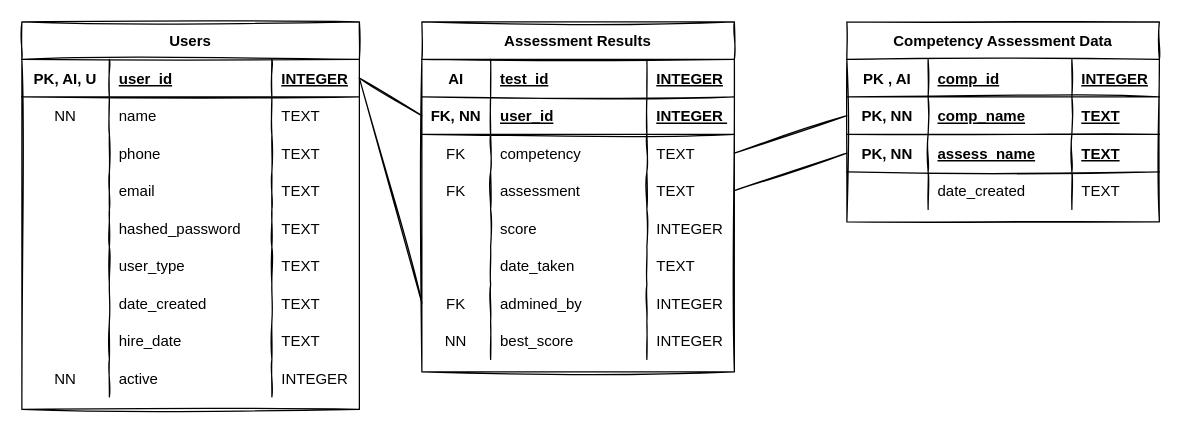
This is ERD.drawio from Jamesh431/Cohort4-capstone-foundations, a draw.io file, before an edit. Source tidied: cells renumbered, new cells numbered last; positions are measured from the earlier drawing's top-left corner, leaving out a move shared by most shapes. Both pictures are drawn from the tidied source at 125%, with x=0, y=0 at pixel (21, 21).
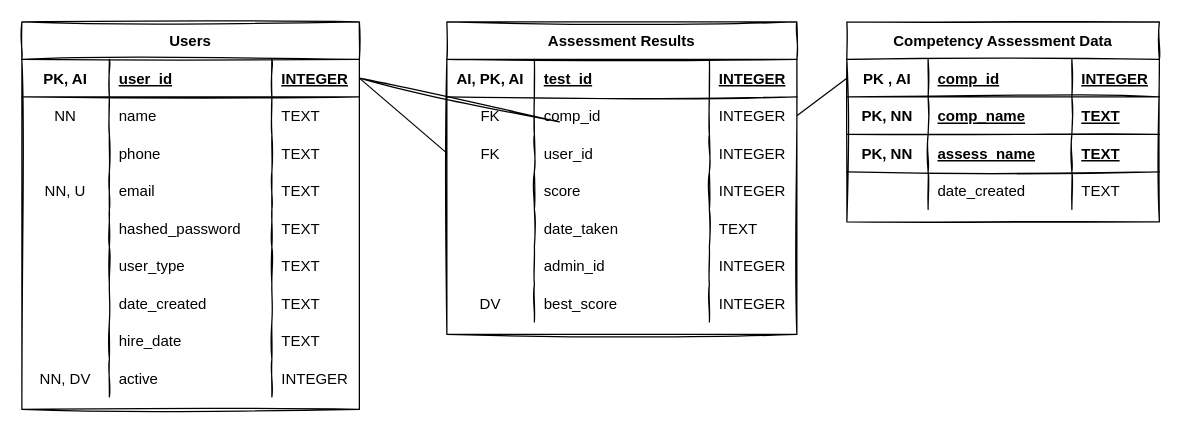
The same diagram, later.

Commit message (it also covers changes not shown here):
modified:   ERD.drawio 	new file:   Pipfile 	new file:   READ ME.txt 	modified:   main.py

The change refers to these unchanged cells:
```xml
<mxCell id="3" style="shape=partialRectangle;fillColor=none;top=0;left=0;bottom=1;right=0;points=[[0,0.5],[1,0.5]];portConstraint=eastwest;rounded=0;sketch=1;" parent="2" vertex="1">
  <mxGeometry y="30" width="270" height="30" as="geometry" />
</mxCell>
<mxCell id="15" style="shape=partialRectangle;fillColor=none;top=0;left=0;bottom=0;right=0;rounded=0;sketch=1;" parent="2" vertex="1">
  <mxGeometry y="120" width="270" height="30" as="geometry" />
</mxCell>
<mxCell id="35" style="shape=partialRectangle;fillColor=none;top=0;left=0;bottom=0;right=0;rounded=0;sketch=1;" parent="2" vertex="1">
  <mxGeometry y="270" width="270" height="30" as="geometry" />
</mxCell>
<mxCell id="40" style="shape=partialRectangle;fillColor=none;top=0;left=0;bottom=1;right=0;points=[[0,0.5],[1,0.5]];portConstraint=eastwest;rounded=0;sketch=1;" parent="39" vertex="1">
  <mxGeometry y="30" width="250" height="30" as="geometry" />
</mxCell>
<mxCell id="44" style="shape=partialRectangle;fillColor=none;top=0;left=0;bottom=1;right=0;points=[[0,0.5],[1,0.5]];portConstraint=eastwest;rounded=0;sketch=1;" parent="39" vertex="1">
  <mxGeometry y="60" width="250" height="30" as="geometry" />
</mxCell>
<mxCell id="48" style="shape=partialRectangle;fillColor=none;top=0;left=0;bottom=1;right=0;points=[[0,0.5],[1,0.5]];portConstraint=eastwest;rounded=0;sketch=1;" parent="39" vertex="1">
  <mxGeometry y="90" width="250" height="30" as="geometry" />
</mxCell>
```

The edit, as a diff of the source:
```diff
@@
-    <mxCell id="4" value="PK, AI, U" style="shape=partialRectangle;fillColor=none;top=0;left=0;bottom=0;right=0;fontStyle=1;overflow=hidden;rounded=0;sketch=1;" parent="3" vertex="1">
+    <mxCell id="4" value="PK, AI" style="shape=partialRectangle;fillColor=none;top=0;left=0;bottom=0;right=0;fontStyle=1;overflow=hidden;rounded=0;sketch=1;" parent="3" vertex="1">
       <mxGeometry width="70" height="30" as="geometry" />
     </mxCell>
@@
-    <mxCell id="16" style="shape=partialRectangle;fillColor=none;top=0;left=0;bottom=0;right=0;overflow=hidden;rounded=0;sketch=1;" parent="15" vertex="1">
+    <mxCell id="16" value="NN, U" style="shape=partialRectangle;fillColor=none;top=0;left=0;bottom=0;right=0;overflow=hidden;rounded=0;sketch=1;" parent="15" vertex="1">
       <mxGeometry width="70" height="30" as="geometry" />
     </mxCell>
@@
-    <mxCell id="36" value="NN" style="shape=partialRectangle;fillColor=none;top=0;left=0;bottom=0;right=0;overflow=hidden;rounded=0;sketch=1;" parent="35" vertex="1">
+    <mxCell id="36" value="NN, DV" style="shape=partialRectangle;fillColor=none;top=0;left=0;bottom=0;right=0;overflow=hidden;rounded=0;sketch=1;" parent="35" vertex="1">
       <mxGeometry width="70" height="30" as="geometry" />
     </mxCell>
@@
     <mxCell id="56" value="Assessment Results" style="shape=table;startSize=30;childLayout=tableLayout;rowLines=0;fontStyle=1;align=center;rounded=0;sketch=1;" parent="1" vertex="1">
-      <mxGeometry x="320" width="250" height="280" as="geometry" />
+      <mxGeometry x="340" width="280" height="250" as="geometry" />
     </mxCell>
     <mxCell id="57" style="shape=partialRectangle;fillColor=none;top=0;left=0;bottom=1;right=0;rounded=0;sketch=1;" parent="56" vertex="1">
-      <mxGeometry y="30" width="250" height="30" as="geometry" />
+      <mxGeometry y="30" width="280" height="30" as="geometry" />
     </mxCell>
-    <mxCell id="58" value="AI" style="shape=partialRectangle;fillColor=none;top=0;left=0;bottom=0;right=0;fontStyle=1;overflow=hidden;rounded=0;sketch=1;" parent="57" vertex="1">
-      <mxGeometry width="55" height="30" as="geometry" />
+    <mxCell id="58" value="AI, PK, AI" style="shape=partialRectangle;fillColor=none;top=0;left=0;bottom=0;right=0;fontStyle=1;overflow=hidden;rounded=0;sketch=1;" parent="57" vertex="1">
+      <mxGeometry width="70" height="30" as="geometry" />
     </mxCell>
     <mxCell id="59" value="test_id" style="shape=partialRectangle;fillColor=none;top=0;left=0;bottom=0;right=0;align=left;spacingLeft=6;fontStyle=5;overflow=hidden;rounded=0;sketch=1;" parent="57" vertex="1">
-      <mxGeometry x="55" width="125" height="30" as="geometry" />
+      <mxGeometry x="70" width="140" height="30" as="geometry" />
     </mxCell>
     <mxCell id="60" value="INTEGER" style="shape=partialRectangle;fillColor=none;top=0;left=0;bottom=0;right=0;align=left;spacingLeft=6;fontStyle=5;overflow=hidden;rounded=0;sketch=1;" parent="57" vertex="1">
-      <mxGeometry x="180" width="70" height="30" as="geometry" />
+      <mxGeometry x="210" width="70" height="30" as="geometry" />
     </mxCell>
-    <mxCell id="61" style="shape=partialRectangle;fillColor=none;top=0;left=0;bottom=1;right=0;points=[[0,0.5],[1,0.5]];portConstraint=eastwest;rounded=0;sketch=1;" parent="56" vertex="1">
-      <mxGeometry y="60" width="250" height="30" as="geometry" />
-    </mxCell>
-    <mxCell id="62" value="FK, NN" style="shape=partialRectangle;fillColor=none;top=0;left=0;bottom=0;right=0;fontStyle=1;overflow=hidden;rounded=0;sketch=1;" parent="61" vertex="1">
-      <mxGeometry width="55" height="30" as="geometry" />
-    </mxCell>
-    <mxCell id="63" value="user_id" style="shape=partialRectangle;fillColor=none;top=0;left=0;bottom=0;right=0;align=left;spacingLeft=6;fontStyle=5;overflow=hidden;rounded=0;sketch=1;" parent="61" vertex="1">
-      <mxGeometry x="55" width="125" height="30" as="geometry" />
-    </mxCell>
-    <mxCell id="64" value="INTEGER " style="shape=partialRectangle;fillColor=none;top=0;left=0;bottom=0;right=0;align=left;spacingLeft=6;fontStyle=5;overflow=hidden;rounded=0;sketch=1;" parent="61" vertex="1">
-      <mxGeometry x="180" width="70" height="30" as="geometry" />
-    </mxCell>
     <mxCell id="65" style="shape=partialRectangle;fillColor=none;top=0;left=0;bottom=0;right=0;points=[[0,0.5],[1,0.5]];portConstraint=eastwest;rounded=0;sketch=1;" parent="56" vertex="1">
-      <mxGeometry y="90" width="250" height="30" as="geometry" />
+      <mxGeometry y="60" width="280" height="30" as="geometry" />
     </mxCell>
     <mxCell id="66" value="FK" style="shape=partialRectangle;fillColor=none;top=0;left=0;bottom=0;right=0;overflow=hidden;rounded=0;sketch=1;" parent="65" vertex="1">
-      <mxGeometry width="55" height="30" as="geometry" />
+      <mxGeometry width="70" height="30" as="geometry" />
     </mxCell>
-    <mxCell id="67" value="competency" style="shape=partialRectangle;fillColor=none;top=0;left=0;bottom=0;right=0;align=left;spacingLeft=6;overflow=hidden;rounded=0;sketch=1;" parent="65" vertex="1">
-      <mxGeometry x="55" width="125" height="30" as="geometry" />
+    <mxCell id="67" value="comp_id" style="shape=partialRectangle;fillColor=none;top=0;left=0;bottom=0;right=0;align=left;spacingLeft=6;overflow=hidden;rounded=0;sketch=1;" parent="65" vertex="1">
+      <mxGeometry x="70" width="140" height="30" as="geometry" />
     </mxCell>
-    <mxCell id="68" value="TEXT" style="shape=partialRectangle;fillColor=none;top=0;left=0;bottom=0;right=0;align=left;spacingLeft=6;overflow=hidden;rounded=0;sketch=1;" parent="65" vertex="1">
-      <mxGeometry x="180" width="70" height="30" as="geometry" />
+    <mxCell id="68" value="INTEGER" style="shape=partialRectangle;fillColor=none;top=0;left=0;bottom=0;right=0;align=left;spacingLeft=6;overflow=hidden;rounded=0;sketch=1;" parent="65" vertex="1">
+      <mxGeometry x="210" width="70" height="30" as="geometry" />
     </mxCell>
-    <mxCell id="69" style="shape=partialRectangle;fillColor=none;top=0;left=0;bottom=0;right=0;points=[[0,0.5],[1,0.5]];portConstraint=eastwest;rounded=0;sketch=1;" parent="56" vertex="1">
-      <mxGeometry y="120" width="250" height="30" as="geometry" />
-    </mxCell>
-    <mxCell id="70" value="FK" style="shape=partialRectangle;fillColor=none;top=0;left=0;bottom=0;right=0;overflow=hidden;rounded=0;sketch=1;" parent="69" vertex="1">
-      <mxGeometry width="55" height="30" as="geometry" />
-    </mxCell>
-    <mxCell id="71" value="assessment" style="shape=partialRectangle;fillColor=none;top=0;left=0;bottom=0;right=0;align=left;spacingLeft=6;overflow=hidden;rounded=0;sketch=1;" parent="69" vertex="1">
-      <mxGeometry x="55" width="125" height="30" as="geometry" />
-    </mxCell>
-    <mxCell id="72" value="TEXT" style="shape=partialRectangle;fillColor=none;top=0;left=0;bottom=0;right=0;align=left;spacingLeft=6;overflow=hidden;rounded=0;sketch=1;" parent="69" vertex="1">
-      <mxGeometry x="180" width="70" height="30" as="geometry" />
-    </mxCell>
     <mxCell id="73" style="shape=partialRectangle;fillColor=none;top=0;left=0;bottom=0;right=0;points=[[0,0.5],[1,0.5]];portConstraint=eastwest;rounded=0;sketch=1;" parent="56" vertex="1">
-      <mxGeometry y="150" width="250" height="30" as="geometry" />
+      <mxGeometry y="90" width="280" height="30" as="geometry" />
     </mxCell>
-    <mxCell id="74" style="shape=partialRectangle;fillColor=none;top=0;left=0;bottom=0;right=0;overflow=hidden;rounded=0;sketch=1;" parent="73" vertex="1">
-      <mxGeometry width="55" height="30" as="geometry" />
+    <mxCell id="74" value="FK" style="shape=partialRectangle;fillColor=none;top=0;left=0;bottom=0;right=0;overflow=hidden;rounded=0;sketch=1;" parent="73" vertex="1">
+      <mxGeometry width="70" height="30" as="geometry" />
     </mxCell>
-    <mxCell id="75" value="score" style="shape=partialRectangle;fillColor=none;top=0;left=0;bottom=0;right=0;align=left;spacingLeft=6;overflow=hidden;rounded=0;sketch=1;" parent="73" vertex="1">
-      <mxGeometry x="55" width="125" height="30" as="geometry" />
+    <mxCell id="75" value="user_id" style="shape=partialRectangle;fillColor=none;top=0;left=0;bottom=0;right=0;align=left;spacingLeft=6;overflow=hidden;rounded=0;sketch=1;" parent="73" vertex="1">
+      <mxGeometry x="70" width="140" height="30" as="geometry" />
     </mxCell>
     <mxCell id="76" value="INTEGER" style="shape=partialRectangle;fillColor=none;top=0;left=0;bottom=0;right=0;align=left;spacingLeft=6;overflow=hidden;rounded=0;sketch=1;" parent="73" vertex="1">
-      <mxGeometry x="180" width="70" height="30" as="geometry" />
+      <mxGeometry x="210" width="70" height="30" as="geometry" />
     </mxCell>
-    <mxCell id="77" style="shape=partialRectangle;fillColor=none;top=0;left=0;bottom=0;right=0;rounded=0;sketch=1;" parent="56" vertex="1">
-      <mxGeometry y="180" width="250" height="30" as="geometry" />
-    </mxCell>
-    <mxCell id="78" style="shape=partialRectangle;fillColor=none;top=0;left=0;bottom=0;right=0;overflow=hidden;rounded=0;sketch=1;" parent="77" vertex="1">
-      <mxGeometry width="55" height="30" as="geometry" />
-    </mxCell>
+    <mxCell id="93" style="shape=partialRectangle;fillColor=none;top=0;left=0;bottom=0;right=0;rounded=0;sketch=1;" parent="56" vertex="1">
+      <mxGeometry y="120" width="280" height="30" as="geometry" />
+    </mxCell>
+    <mxCell id="94" style="shape=partialRectangle;fillColor=none;top=0;left=0;bottom=0;right=0;overflow=hidden;rounded=0;sketch=1;" parent="93" vertex="1">
+      <mxGeometry width="70" height="30" as="geometry" />
+    </mxCell>
+    <mxCell id="95" value="score" style="shape=partialRectangle;fillColor=none;top=0;left=0;bottom=0;right=0;align=left;spacingLeft=6;overflow=hidden;rounded=0;sketch=1;" parent="93" vertex="1">
+      <mxGeometry x="70" width="140" height="30" as="geometry" />
+    </mxCell>
+    <mxCell id="96" value="INTEGER" style="shape=partialRectangle;fillColor=none;top=0;left=0;bottom=0;right=0;align=left;spacingLeft=6;overflow=hidden;rounded=0;sketch=1;" parent="93" vertex="1">
+      <mxGeometry x="210" width="70" height="30" as="geometry" />
+    </mxCell>
+    <mxCell id="97" style="shape=partialRectangle;fillColor=none;top=0;left=0;bottom=0;right=0;rounded=0;sketch=1;" parent="56" vertex="1">
+      <mxGeometry y="150" width="280" height="30" as="geometry" />
+    </mxCell>
+    <mxCell id="98" style="shape=partialRectangle;fillColor=none;top=0;left=0;bottom=0;right=0;overflow=hidden;rounded=0;sketch=1;" parent="97" vertex="1">
+      <mxGeometry width="70" height="30" as="geometry" />
+    </mxCell>
-    <mxCell id="79" value="date_taken" style="shape=partialRectangle;fillColor=none;top=0;left=0;bottom=0;right=0;align=left;spacingLeft=6;overflow=hidden;rounded=0;sketch=1;" parent="77" vertex="1">
-      <mxGeometry x="55" width="125" height="30" as="geometry" />
+    <mxCell id="79" value="date_taken" style="shape=partialRectangle;fillColor=none;top=0;left=0;bottom=0;right=0;align=left;spacingLeft=6;overflow=hidden;rounded=0;sketch=1;" parent="97" vertex="1">
+      <mxGeometry x="70" width="140" height="30" as="geometry" />
     </mxCell>
-    <mxCell id="80" value="TEXT" style="shape=partialRectangle;fillColor=none;top=0;left=0;bottom=0;right=0;align=left;spacingLeft=6;overflow=hidden;rounded=0;sketch=1;" parent="77" vertex="1">
-      <mxGeometry x="180" width="70" height="30" as="geometry" />
-    </mxCell>
-    <mxCell id="81" style="shape=partialRectangle;fillColor=none;top=0;left=0;bottom=0;right=0;points=[[0,0.5],[1,0.5]];portConstraint=eastwest;rounded=0;sketch=1;" parent="56" vertex="1">
-      <mxGeometry y="210" width="250" height="30" as="geometry" />
-    </mxCell>
-    <mxCell id="82" value="FK" style="shape=partialRectangle;fillColor=none;top=0;left=0;bottom=0;right=0;overflow=hidden;rounded=0;sketch=1;" parent="81" vertex="1">
-      <mxGeometry width="55" height="30" as="geometry" />
-    </mxCell>
-    <mxCell id="83" value="admined_by" style="shape=partialRectangle;fillColor=none;top=0;left=0;bottom=0;right=0;align=left;spacingLeft=6;overflow=hidden;rounded=0;sketch=1;" parent="81" vertex="1">
-      <mxGeometry x="55" width="125" height="30" as="geometry" />
-    </mxCell>
-    <mxCell id="84" value="INTEGER" style="shape=partialRectangle;fillColor=none;top=0;left=0;bottom=0;right=0;align=left;spacingLeft=6;overflow=hidden;rounded=0;sketch=1;" parent="81" vertex="1">
-      <mxGeometry x="180" width="70" height="30" as="geometry" />
-    </mxCell>
-    <mxCell id="85" style="shape=partialRectangle;fillColor=none;top=0;left=0;bottom=0;right=0;rounded=0;sketch=1;" parent="56" vertex="1">
-      <mxGeometry y="240" width="250" height="30" as="geometry" />
-    </mxCell>
-    <mxCell id="86" value="NN" style="shape=partialRectangle;fillColor=none;top=0;left=0;bottom=0;right=0;overflow=hidden;rounded=0;sketch=1;" parent="85" vertex="1">
-      <mxGeometry width="55" height="30" as="geometry" />
-    </mxCell>
+    <mxCell id="99" value="TEXT" style="shape=partialRectangle;fillColor=none;top=0;left=0;bottom=0;right=0;align=left;spacingLeft=6;overflow=hidden;rounded=0;sketch=1;" parent="97" vertex="1">
+      <mxGeometry x="210" width="70" height="30" as="geometry" />
+    </mxCell>
+    <mxCell id="100" style="shape=partialRectangle;fillColor=none;top=0;left=0;bottom=0;right=0;rounded=0;sketch=1;" parent="56" vertex="1">
+      <mxGeometry y="180" width="280" height="30" as="geometry" />
+    </mxCell>
+    <mxCell id="101" style="shape=partialRectangle;fillColor=none;top=0;left=0;bottom=0;right=0;overflow=hidden;rounded=0;sketch=1;" parent="100" vertex="1">
+      <mxGeometry width="70" height="30" as="geometry" />
+    </mxCell>
+    <mxCell id="102" value="admin_id" style="shape=partialRectangle;fillColor=none;top=0;left=0;bottom=0;right=0;align=left;spacingLeft=6;overflow=hidden;rounded=0;sketch=1;" parent="100" vertex="1">
+      <mxGeometry x="70" width="140" height="30" as="geometry" />
+    </mxCell>
+    <mxCell id="103" value="INTEGER" style="shape=partialRectangle;fillColor=none;top=0;left=0;bottom=0;right=0;align=left;spacingLeft=6;overflow=hidden;rounded=0;sketch=1;" parent="100" vertex="1">
+      <mxGeometry x="210" width="70" height="30" as="geometry" />
+    </mxCell>
+    <mxCell id="104" style="shape=partialRectangle;fillColor=none;top=0;left=0;bottom=0;right=0;rounded=0;sketch=1;" parent="56" vertex="1">
+      <mxGeometry y="210" width="280" height="30" as="geometry" />
+    </mxCell>
+    <mxCell id="105" value="DV" style="shape=partialRectangle;fillColor=none;top=0;left=0;bottom=0;right=0;overflow=hidden;rounded=0;sketch=1;" parent="104" vertex="1">
+      <mxGeometry width="70" height="30" as="geometry" />
+    </mxCell>
-    <mxCell id="87" value="best_score" style="shape=partialRectangle;fillColor=none;top=0;left=0;bottom=0;right=0;align=left;spacingLeft=6;overflow=hidden;rounded=0;sketch=1;" parent="85" vertex="1">
-      <mxGeometry x="55" width="125" height="30" as="geometry" />
+    <mxCell id="87" value="best_score" style="shape=partialRectangle;fillColor=none;top=0;left=0;bottom=0;right=0;align=left;spacingLeft=6;overflow=hidden;rounded=0;sketch=1;" parent="104" vertex="1">
+      <mxGeometry x="70" width="140" height="30" as="geometry" />
     </mxCell>
-    <mxCell id="88" value="INTEGER" style="shape=partialRectangle;fillColor=none;top=0;left=0;bottom=0;right=0;align=left;spacingLeft=6;overflow=hidden;rounded=0;sketch=1;" parent="85" vertex="1">
-      <mxGeometry x="180" width="70" height="30" as="geometry" />
-    </mxCell>
+    <mxCell id="106" value="INTEGER" style="shape=partialRectangle;fillColor=none;top=0;left=0;bottom=0;right=0;align=left;spacingLeft=6;overflow=hidden;rounded=0;sketch=1;" parent="104" vertex="1">
+      <mxGeometry x="210" width="70" height="30" as="geometry" />
+    </mxCell>
-    <mxCell id="89" style="edgeStyle=none;html=1;exitX=1;exitY=0.5;exitDx=0;exitDy=0;entryX=0;entryY=0.5;entryDx=0;entryDy=0;endArrow=none;endFill=0;sketch=1;rounded=0;" parent="1" edge="1" source="3" target="61">
-      <mxGeometry relative="1" as="geometry" />
+    <mxCell id="89" style="edgeStyle=none;html=1;exitX=1;exitY=0.5;exitDx=0;exitDy=0;entryX=0;entryY=0.5;entryDx=0;entryDy=0;endArrow=none;endFill=0;sketch=1;rounded=0;" parent="1" edge="1" source="3">
+      <mxGeometry relative="1" as="geometry">
+        <mxPoint x="430" y="80" as="targetPoint" />
+      </mxGeometry>
     </mxCell>
-    <mxCell id="90" style="edgeStyle=none;sketch=1;html=1;exitX=0;exitY=0.5;exitDx=0;exitDy=0;entryX=1;entryY=0.5;entryDx=0;entryDy=0;shadow=0;endArrow=none;endFill=0;strokeColor=default;" parent="1" edge="1" source="81" target="3">
+    <mxCell id="90" style="edgeStyle=none;sketch=1;html=1;exitX=0;exitY=0.5;exitDx=0;exitDy=0;entryX=1;entryY=0.5;entryDx=0;entryDy=0;shadow=0;endArrow=none;endFill=0;strokeColor=default;" parent="1" edge="1" target="3">
       <mxGeometry relative="1" as="geometry" />
     </mxCell>
-    <mxCell id="91" style="edgeStyle=none;sketch=1;html=1;exitX=1;exitY=0.5;exitDx=0;exitDy=0;shadow=0;endArrow=none;endFill=0;strokeColor=default;entryX=0;entryY=0.5;entryDx=0;entryDy=0;" parent="1" edge="1" source="65" target="44">
-      <mxGeometry relative="1" as="geometry" />
-    </mxCell>
-    <mxCell id="92" style="edgeStyle=none;sketch=1;html=1;exitX=1;exitY=0.5;exitDx=0;exitDy=0;entryX=0;entryY=0.5;entryDx=0;entryDy=0;shadow=0;endArrow=none;endFill=0;strokeColor=default;" parent="1" edge="1" source="69" target="48">
+    <mxCell id="92" style="edgeStyle=none;sketch=1;html=1;exitX=1;exitY=0.5;exitDx=0;exitDy=0;entryX=0;entryY=0.5;entryDx=0;entryDy=0;shadow=0;endArrow=none;endFill=0;strokeColor=default;" parent="1" edge="1" target="48">
       <mxGeometry relative="1" as="geometry" />
     </mxCell>
+    <mxCell id="107" style="edgeStyle=none;html=1;entryX=0;entryY=0.5;entryDx=0;entryDy=0;endArrow=none;endFill=0;exitX=1;exitY=0.5;exitDx=0;exitDy=0;" parent="1" edge="1" source="65" target="40">
+      <mxGeometry relative="1" as="geometry" />
+    </mxCell>
+    <mxCell id="108" style="edgeStyle=none;html=1;exitX=1;exitY=0.5;exitDx=0;exitDy=0;entryX=0;entryY=0.5;entryDx=0;entryDy=0;endArrow=none;endFill=0;" parent="1" edge="1" source="3" target="73">
+      <mxGeometry relative="1" as="geometry" />
+    </mxCell>
```
